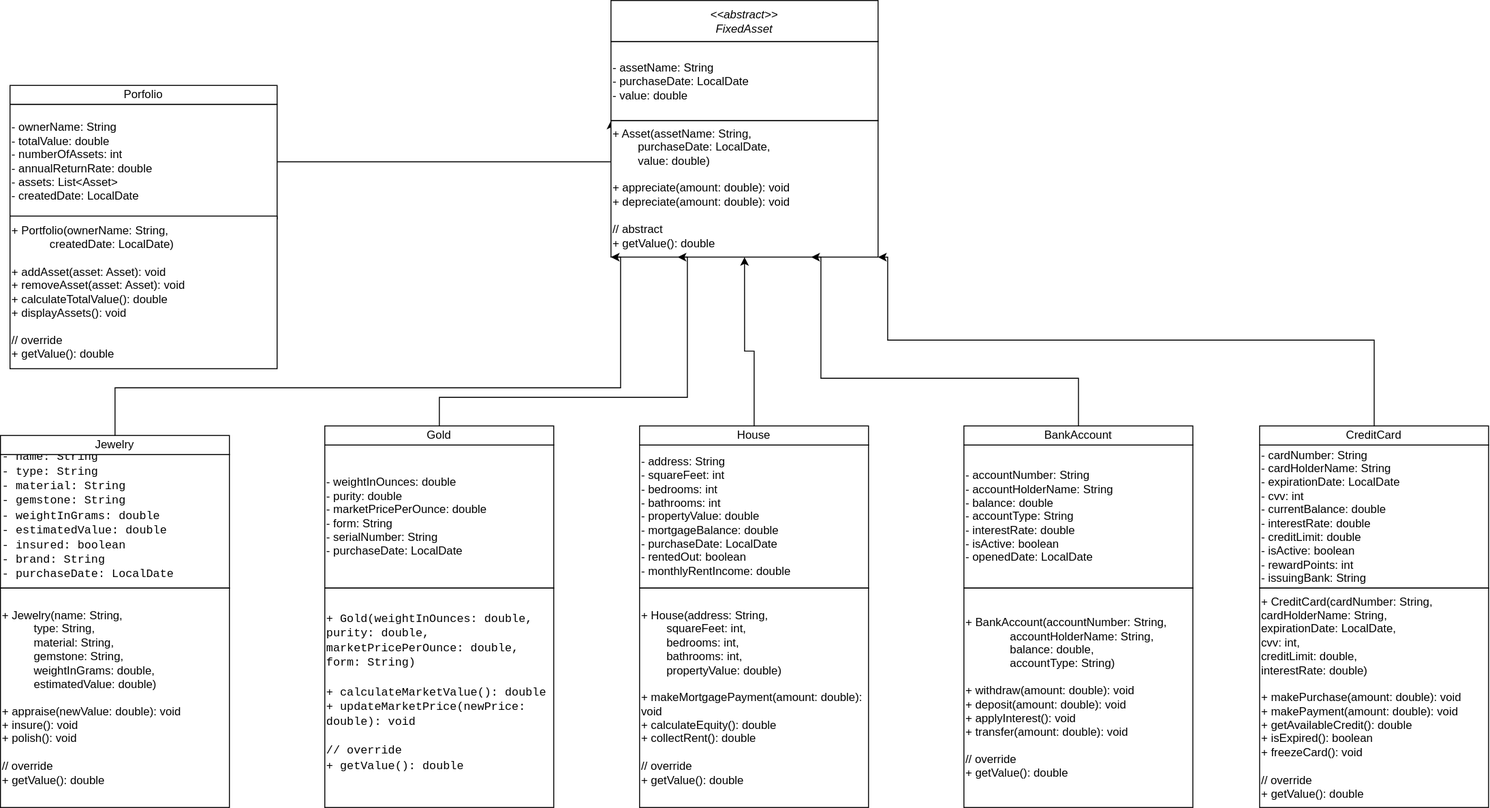
Above: src/main/resources/AssetDiagram.svg in BlaineBell21/Workbook6 (draw.io), before the change. Source tidied: cells renumbered, new cells last; positions are measured from the earlier drawing's top-left corner, leaving out a move shared by most shapes.
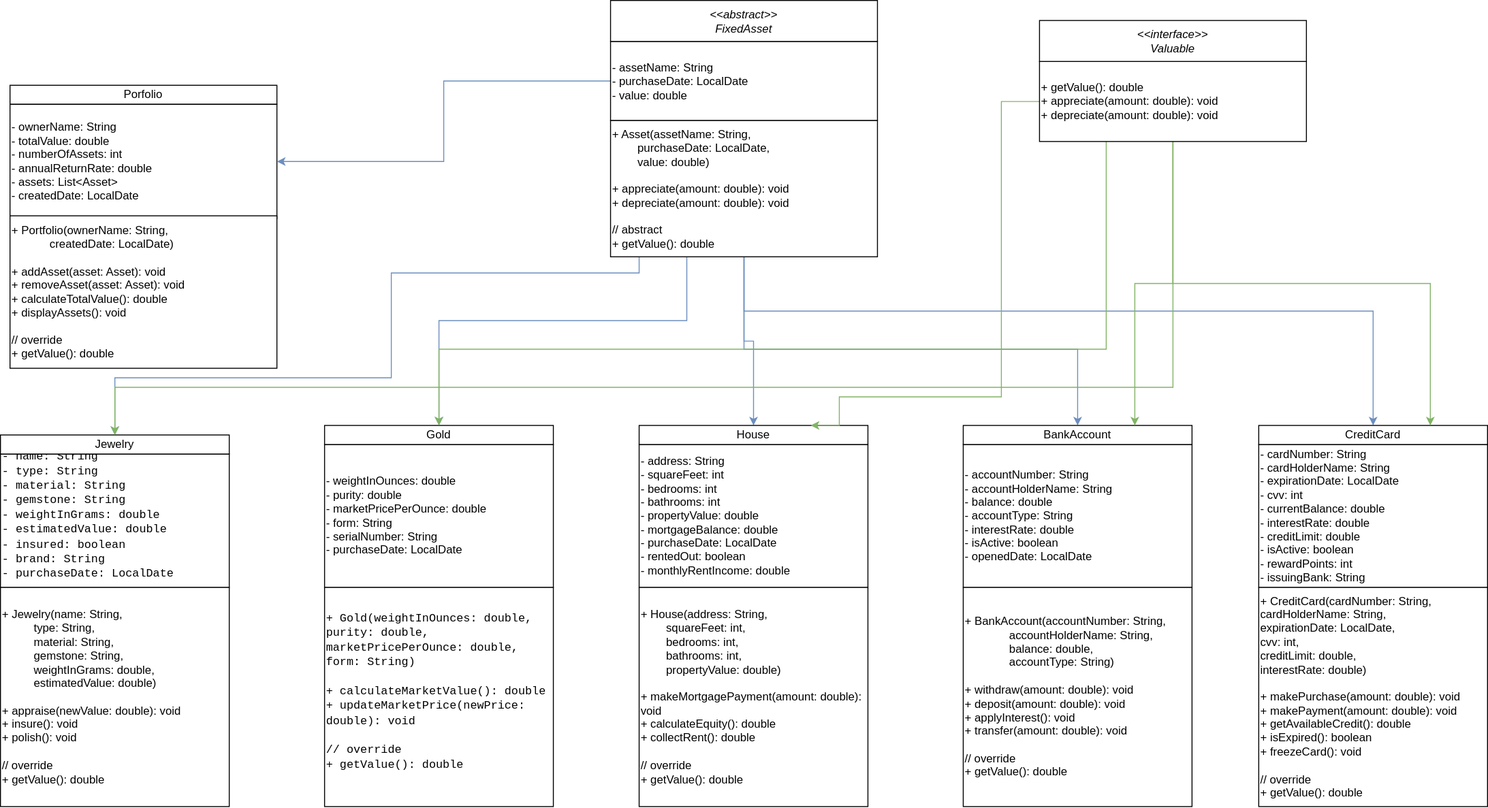
After the change.

Commit message:
added an interface to diagram

The edit, as a diff of the source:
```diff
@@ -2,9 +2,6 @@
   <root>
     <mxCell id="0" />
     <mxCell id="1" parent="0" />
-    <mxCell id="2" style="edgeStyle=orthogonalEdgeStyle;rounded=0;jettySize=auto;html=1;entryX=0;entryY=1;entryDx=0;entryDy=0;" parent="1" edge="1" source="3" target="6">
-      <mxGeometry relative="1" as="geometry" />
-    </mxCell>
     <mxCell id="3" value="&lt;div&gt;- ownerName: String&lt;/div&gt;&lt;div&gt;- totalValue: double&lt;/div&gt;&lt;div&gt;- numberOfAssets: int&lt;/div&gt;&lt;div&gt;- annualReturnRate: double&lt;/div&gt;&lt;div&gt;- assets: List&amp;lt;Asset&amp;gt;&lt;/div&gt;&lt;div&gt;- createdDate: LocalDate&lt;/div&gt;" style="rounded=0;whiteSpace=wrap;html=1;align=left;" parent="1" vertex="1">
       <mxGeometry x="10" y="109" width="280" height="120" as="geometry" />
     </mxCell>
@@ -14,9 +11,49 @@
     <mxCell id="5" value="Porfolio" style="rounded=0;whiteSpace=wrap;html=1;fillColor=none;" parent="1" vertex="1">
       <mxGeometry x="10" y="89" width="280" height="20" as="geometry" />
     </mxCell>
+    <mxCell id="29" style="edgeStyle=orthogonalEdgeStyle;rounded=0;jettySize=auto;html=1;entryX=1;entryY=0.5;entryDx=0;entryDy=0;fillColor=#dae8fc;strokeColor=#6c8ebf;" parent="1" edge="1" source="6" target="3">
+      <mxGeometry relative="1" as="geometry" />
+    </mxCell>
     <mxCell id="6" value="- assetName: String&lt;br&gt;- purchaseDate: LocalDate&lt;br&gt;- value: double" style="rounded=0;whiteSpace=wrap;html=1;align=left;" parent="1" vertex="1">
       <mxGeometry x="640" y="43" width="280" height="83" as="geometry" />
     </mxCell>
+    <mxCell id="30" style="edgeStyle=orthogonalEdgeStyle;rounded=0;jettySize=auto;html=1;entryX=0.5;entryY=0;entryDx=0;entryDy=0;fillColor=#dae8fc;strokeColor=#6c8ebf;" parent="1" edge="1" source="7" target="24">
+      <mxGeometry relative="1" as="geometry">
+        <Array as="points">
+          <mxPoint x="780" y="326" />
+          <mxPoint x="1440" y="326" />
+        </Array>
+      </mxGeometry>
+    </mxCell>
+    <mxCell id="31" style="edgeStyle=orthogonalEdgeStyle;rounded=0;jettySize=auto;html=1;entryX=0.5;entryY=0;entryDx=0;entryDy=0;fillColor=#dae8fc;strokeColor=#6c8ebf;" parent="1" edge="1" source="7" target="12">
+      <mxGeometry relative="1" as="geometry">
+        <Array as="points">
+          <mxPoint x="780" y="366" />
+          <mxPoint x="1130" y="366" />
+        </Array>
+      </mxGeometry>
+    </mxCell>
+    <mxCell id="32" style="edgeStyle=orthogonalEdgeStyle;rounded=0;jettySize=auto;html=1;entryX=0.5;entryY=0;entryDx=0;entryDy=0;fillColor=#dae8fc;strokeColor=#6c8ebf;" parent="1" edge="1" source="7" target="28">
+      <mxGeometry relative="1" as="geometry" />
+    </mxCell>
+    <mxCell id="33" style="edgeStyle=orthogonalEdgeStyle;rounded=0;jettySize=auto;html=1;entryX=0.5;entryY=0;entryDx=0;entryDy=0;fillColor=#dae8fc;strokeColor=#6c8ebf;" parent="1" edge="1" source="7" target="20">
+      <mxGeometry relative="1" as="geometry">
+        <Array as="points">
+          <mxPoint x="720" y="336" />
+          <mxPoint x="460" y="336" />
+        </Array>
+      </mxGeometry>
+    </mxCell>
+    <mxCell id="34" style="edgeStyle=orthogonalEdgeStyle;rounded=0;jettySize=auto;html=1;entryX=0.5;entryY=0;entryDx=0;entryDy=0;fillColor=#dae8fc;strokeColor=#6c8ebf;" parent="1" edge="1" source="7" target="16">
+      <mxGeometry relative="1" as="geometry">
+        <Array as="points">
+          <mxPoint x="670" y="286" />
+          <mxPoint x="410" y="286" />
+          <mxPoint x="410" y="396" />
+          <mxPoint x="120" y="396" />
+        </Array>
+      </mxGeometry>
+    </mxCell>
     <mxCell id="7" value="&lt;div&gt;+ Asset(assetName: String,&lt;/div&gt;&lt;div&gt;&amp;nbsp; &amp;nbsp; &amp;nbsp; &amp;nbsp; purchaseDate: LocalDate,&lt;/div&gt;&lt;div&gt;&amp;nbsp; &amp;nbsp; &amp;nbsp; &amp;nbsp; value: double)&lt;/div&gt;&lt;div&gt;&lt;br&gt;&lt;/div&gt;&lt;div&gt;+ appreciate(amount: double): void&lt;/div&gt;&lt;div&gt;+ depreciate(amount: double): void&lt;/div&gt;&lt;div&gt;&lt;br&gt;&lt;/div&gt;&lt;div&gt;// abstract&lt;/div&gt;&lt;div&gt;+ getValue(): double&lt;/div&gt;" style="rounded=0;whiteSpace=wrap;html=1;align=left;" parent="1" vertex="1">
       <mxGeometry x="640" y="126" width="280" height="143" as="geometry" />
     </mxCell>
@@ -29,14 +66,6 @@
     <mxCell id="10" value="&lt;div&gt;+ BankAccount(accountNumber: String,&lt;/div&gt;&lt;div&gt;&amp;nbsp; &amp;nbsp; &amp;nbsp; &amp;nbsp; &amp;nbsp; &amp;nbsp; &amp;nbsp; accountHolderName: String,&lt;/div&gt;&lt;div&gt;&amp;nbsp; &amp;nbsp; &amp;nbsp; &amp;nbsp; &amp;nbsp; &amp;nbsp; &amp;nbsp; balance: double,&lt;/div&gt;&lt;div&gt;&amp;nbsp; &amp;nbsp; &amp;nbsp; &amp;nbsp; &amp;nbsp; &amp;nbsp; &amp;nbsp; accountType: String)&lt;/div&gt;&lt;div&gt;&lt;br&gt;&lt;/div&gt;&lt;div&gt;+ withdraw(amount: double): void&lt;/div&gt;&lt;div&gt;+ deposit(amount: double): void&lt;/div&gt;&lt;div&gt;+ applyInterest(): void&lt;/div&gt;&lt;div&gt;+ transfer(amount: double): void&lt;/div&gt;&lt;div&gt;&lt;br&gt;&lt;/div&gt;&lt;div&gt;// override&lt;/div&gt;&lt;div&gt;+ getValue(): double&lt;/div&gt;" style="rounded=0;whiteSpace=wrap;html=1;align=left;" parent="1" vertex="1">
       <mxGeometry x="1010" y="616" width="240" height="230" as="geometry" />
     </mxCell>
-    <mxCell id="11" style="edgeStyle=orthogonalEdgeStyle;rounded=0;jettySize=auto;html=1;entryX=0.75;entryY=1;entryDx=0;entryDy=0;" parent="1" edge="1" source="12" target="7">
-      <mxGeometry relative="1" as="geometry">
-        <Array as="points">
-          <mxPoint x="1130" y="396" />
-          <mxPoint x="860" y="396" />
-        </Array>
-      </mxGeometry>
-    </mxCell>
     <mxCell id="12" value="BankAccount" style="rounded=0;whiteSpace=wrap;html=1;fillColor=default;" parent="1" vertex="1">
       <mxGeometry x="1010" y="446" width="240" height="20" as="geometry" />
     </mxCell>
@@ -46,25 +75,9 @@
     <mxCell id="14" value="&lt;div&gt;+ Jewelry(name: String,&lt;/div&gt;&lt;div&gt;&amp;nbsp; &amp;nbsp; &amp;nbsp; &amp;nbsp; &amp;nbsp; type: String,&lt;/div&gt;&lt;div&gt;&amp;nbsp; &amp;nbsp; &amp;nbsp; &amp;nbsp; &amp;nbsp; material: String,&lt;/div&gt;&lt;div&gt;&amp;nbsp; &amp;nbsp; &amp;nbsp; &amp;nbsp; &amp;nbsp; gemstone: String,&lt;/div&gt;&lt;div&gt;&amp;nbsp; &amp;nbsp; &amp;nbsp; &amp;nbsp; &amp;nbsp; weightInGrams: double,&lt;/div&gt;&lt;div&gt;&amp;nbsp; &amp;nbsp; &amp;nbsp; &amp;nbsp; &amp;nbsp; estimatedValue: double)&lt;/div&gt;&lt;div&gt;&lt;br&gt;&lt;/div&gt;&lt;div&gt;+ appraise(newValue: double): void&lt;/div&gt;&lt;div&gt;+ insure(): void&lt;/div&gt;&lt;div&gt;+ polish(): void&lt;/div&gt;&lt;div&gt;&lt;br&gt;&lt;/div&gt;&lt;div&gt;// override&lt;/div&gt;&lt;div&gt;+ getValue(): double&lt;/div&gt;" style="rounded=0;whiteSpace=wrap;html=1;align=left;" parent="1" vertex="1">
       <mxGeometry y="616" width="240" height="230" as="geometry" />
     </mxCell>
-    <mxCell id="15" style="edgeStyle=orthogonalEdgeStyle;rounded=0;jettySize=auto;html=1;entryX=0;entryY=1;entryDx=0;entryDy=0;" parent="1" edge="1" source="16" target="7">
-      <mxGeometry relative="1" as="geometry">
-        <Array as="points">
-          <mxPoint x="120" y="406" />
-          <mxPoint x="650" y="406" />
-        </Array>
-      </mxGeometry>
-    </mxCell>
     <mxCell id="16" value="Jewelry" style="rounded=0;whiteSpace=wrap;html=1;fillColor=default;" parent="1" vertex="1">
       <mxGeometry y="456" width="240" height="20" as="geometry" />
     </mxCell>
-    <mxCell id="17" style="edgeStyle=orthogonalEdgeStyle;rounded=0;jettySize=auto;html=1;entryX=0.25;entryY=1;entryDx=0;entryDy=0;" parent="1" edge="1" source="18" target="7">
-      <mxGeometry relative="1" as="geometry">
-        <Array as="points">
-          <mxPoint x="460" y="416" />
-          <mxPoint x="720" y="416" />
-        </Array>
-      </mxGeometry>
-    </mxCell>
     <mxCell id="18" value="- weightInOunces: double&lt;br&gt;- purity: double&lt;br&gt;- marketPricePerOunce: double&lt;br&gt;- form: String&lt;br&gt;- serialNumber: String&lt;br&gt;- purchaseDate: LocalDate" style="rounded=0;whiteSpace=wrap;html=1;align=left;" parent="1" vertex="1">
       <mxGeometry x="340" y="466" width="240" height="150" as="geometry" />
     </mxCell>
@@ -74,14 +87,6 @@
     <mxCell id="20" value="Gold" style="rounded=0;whiteSpace=wrap;html=1;fillColor=default;" parent="1" vertex="1">
       <mxGeometry x="340" y="446" width="240" height="20" as="geometry" />
     </mxCell>
-    <mxCell id="21" style="edgeStyle=orthogonalEdgeStyle;rounded=0;jettySize=auto;html=1;entryX=1;entryY=1;entryDx=0;entryDy=0;" parent="1" edge="1" source="22" target="7">
-      <mxGeometry relative="1" as="geometry">
-        <Array as="points">
-          <mxPoint x="1440" y="356" />
-          <mxPoint x="930" y="356" />
-        </Array>
-      </mxGeometry>
-    </mxCell>
     <mxCell id="22" value="- cardNumber: String&lt;br&gt;- cardHolderName: String&lt;br&gt;- expirationDate: LocalDate&lt;br&gt;- cvv: int&lt;br&gt;- currentBalance: double&lt;br&gt;- interestRate: double&lt;br&gt;- creditLimit: double&lt;br&gt;- isActive: boolean&lt;br&gt;- rewardPoints: int&lt;br&gt;- issuingBank: String" style="rounded=0;whiteSpace=wrap;html=1;align=left;" parent="1" vertex="1">
       <mxGeometry x="1320" y="466" width="240" height="150" as="geometry" />
     </mxCell>
@@ -91,9 +96,6 @@
     <mxCell id="24" value="CreditCard" style="rounded=0;whiteSpace=wrap;html=1;fillColor=default;" parent="1" vertex="1">
       <mxGeometry x="1320" y="446" width="240" height="20" as="geometry" />
     </mxCell>
-    <mxCell id="25" style="edgeStyle=orthogonalEdgeStyle;rounded=0;jettySize=auto;html=1;entryX=0.5;entryY=1;entryDx=0;entryDy=0;" parent="1" edge="1" source="26" target="7">
-      <mxGeometry relative="1" as="geometry" />
-    </mxCell>
     <mxCell id="26" value="&lt;div&gt;- address: String&lt;/div&gt;&lt;div&gt;- squareFeet: int&lt;/div&gt;&lt;div&gt;- bedrooms: int&lt;/div&gt;&lt;div&gt;- bathrooms: int&lt;/div&gt;&lt;div&gt;- propertyValue: double&lt;/div&gt;&lt;div&gt;- mortgageBalance: double&lt;/div&gt;&lt;div&gt;- purchaseDate: LocalDate&lt;/div&gt;&lt;div&gt;- rentedOut: boolean&lt;/div&gt;&lt;div&gt;- monthlyRentIncome: double&lt;/div&gt;" style="rounded=0;whiteSpace=wrap;html=1;align=left;" parent="1" vertex="1">
       <mxGeometry x="670" y="466" width="240" height="150" as="geometry" />
     </mxCell>
@@ -103,5 +105,43 @@
     <mxCell id="28" value="House" style="rounded=0;whiteSpace=wrap;html=1;fillColor=default;" parent="1" vertex="1">
       <mxGeometry x="670" y="446" width="240" height="20" as="geometry" />
     </mxCell>
+    <mxCell id="35" style="edgeStyle=orthogonalEdgeStyle;rounded=0;jettySize=auto;html=1;entryX=0.75;entryY=0;entryDx=0;entryDy=0;fillColor=#d5e8d4;strokeColor=#82b366;" parent="1" edge="1" source="40" target="24">
+      <mxGeometry relative="1" as="geometry" />
+    </mxCell>
+    <mxCell id="36" style="edgeStyle=orthogonalEdgeStyle;rounded=0;jettySize=auto;html=1;entryX=0.75;entryY=0;entryDx=0;entryDy=0;fillColor=#d5e8d4;strokeColor=#82b366;" parent="1" edge="1" source="40" target="12">
+      <mxGeometry relative="1" as="geometry" />
+    </mxCell>
+    <mxCell id="37" style="edgeStyle=orthogonalEdgeStyle;rounded=0;jettySize=auto;html=1;entryX=0.75;entryY=0;entryDx=0;entryDy=0;fillColor=#d5e8d4;strokeColor=#82b366;" parent="1" edge="1" source="40" target="28">
+      <mxGeometry relative="1" as="geometry">
+        <Array as="points">
+          <mxPoint x="1050" y="106" />
+          <mxPoint x="1050" y="416" />
+          <mxPoint x="880" y="416" />
+          <mxPoint x="880" y="446" />
+        </Array>
+      </mxGeometry>
+    </mxCell>
+    <mxCell id="38" style="edgeStyle=orthogonalEdgeStyle;rounded=0;jettySize=auto;html=1;entryX=0.5;entryY=0;entryDx=0;entryDy=0;fillColor=#d5e8d4;strokeColor=#82b366;" parent="1" edge="1" source="40" target="20">
+      <mxGeometry relative="1" as="geometry">
+        <Array as="points">
+          <mxPoint x="1160" y="366" />
+          <mxPoint x="460" y="366" />
+        </Array>
+      </mxGeometry>
+    </mxCell>
+    <mxCell id="39" style="edgeStyle=orthogonalEdgeStyle;rounded=0;jettySize=auto;html=1;entryX=0.5;entryY=0;entryDx=0;entryDy=0;fillColor=#d5e8d4;strokeColor=#82b366;" parent="1" edge="1" source="40" target="16">
+      <mxGeometry relative="1" as="geometry">
+        <Array as="points">
+          <mxPoint x="1230" y="406" />
+          <mxPoint x="120" y="406" />
+        </Array>
+      </mxGeometry>
+    </mxCell>
+    <mxCell id="40" value="&lt;div&gt;+ getValue(): double&lt;/div&gt;&lt;div&gt;+ appreciate(amount: double): void&lt;/div&gt;&lt;div&gt;+ depreciate(amount: double): void&lt;/div&gt;&lt;div&gt;&lt;/div&gt;" style="rounded=0;whiteSpace=wrap;html=1;align=left;" parent="1" vertex="1">
+      <mxGeometry x="1090" y="64" width="280" height="84" as="geometry" />
+    </mxCell>
+    <mxCell id="41" value="&lt;div&gt;&lt;i&gt;&amp;lt;&amp;lt;interface&amp;gt;&amp;gt;&lt;/i&gt;&lt;/div&gt;&lt;div&gt;&lt;i&gt;Valuable&lt;/i&gt;&lt;/div&gt;" style="rounded=0;whiteSpace=wrap;html=1;fillColor=default;" parent="1" vertex="1">
+      <mxGeometry x="1090" y="21" width="280" height="43" as="geometry" />
+    </mxCell>
   </root>
 </mxGraphModel>
```
